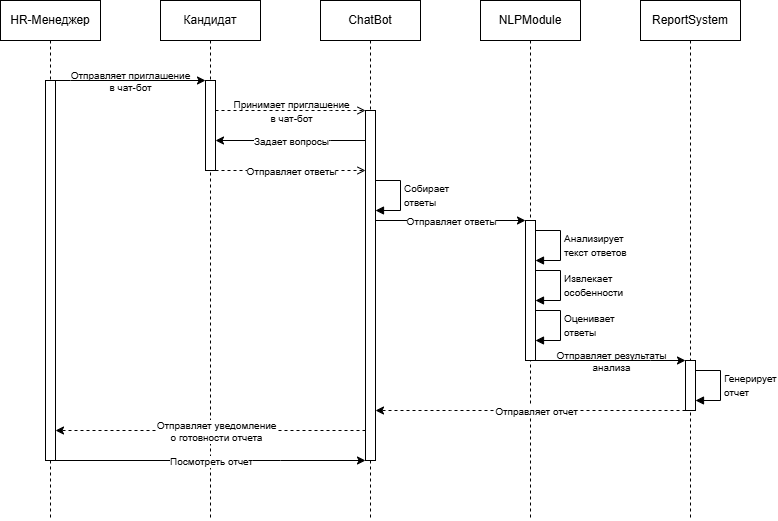
Before: Диаграмма последовательности.drawio.png, a diagram exported from draw.io (Evgeny-Yakovlev73/Diagramms). Source tidied: cells renumbered, new cells last; positions are measured from the earlier drawing's top-left corner, leaving out a move shared by most shapes.
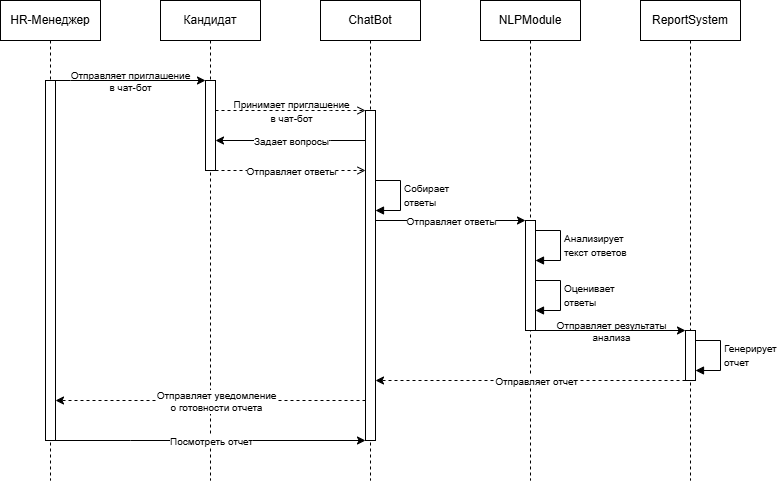
After the change.

Change to the diagram source:
```diff
@@ -3,22 +3,22 @@
     <mxCell id="0" />
     <mxCell id="1" parent="0" />
     <mxCell id="2" value="HR-Менеджер" style="shape=umlLifeline;perimeter=lifelinePerimeter;whiteSpace=wrap;html=1;newEdgeStyle={&quot;edgeStyle&quot;:&quot;elbowEdgeStyle&quot;,&quot;elbow&quot;:&quot;vertical&quot;,&quot;curved&quot;:0,&quot;rounded&quot;:0};" parent="1" vertex="1">
-      <mxGeometry width="100" height="520" as="geometry" />
+      <mxGeometry width="100" height="480" as="geometry" />
     </mxCell>
     <mxCell id="3" style="html=1;points=[[0,0,0,0,5],[0,1,0,0,-5],[1,0,0,0,5],[1,1,0,0,-5]];perimeter=orthogonalPerimeter;outlineConnect=0;targetShapes=umlLifeline;portConstraint=eastwest;newEdgeStyle={&quot;curved&quot;:0,&quot;rounded&quot;:0};" parent="2" vertex="1">
-      <mxGeometry x="45" y="80" width="10" height="380" as="geometry" />
+      <mxGeometry x="45" y="80" width="10" height="360" as="geometry" />
     </mxCell>
     <mxCell id="4" value="Кандидат" style="shape=umlLifeline;perimeter=lifelinePerimeter;whiteSpace=wrap;html=1;newEdgeStyle={&quot;edgeStyle&quot;:&quot;elbowEdgeStyle&quot;,&quot;elbow&quot;:&quot;vertical&quot;,&quot;curved&quot;:0,&quot;rounded&quot;:0};" parent="1" vertex="1">
-      <mxGeometry x="160" width="100" height="520" as="geometry" />
+      <mxGeometry x="160" width="100" height="480" as="geometry" />
     </mxCell>
     <mxCell id="5" style="html=1;points=[[0,0,0,0,5],[0,1,0,0,-5],[1,0,0,0,5],[1,1,0,0,-5]];perimeter=orthogonalPerimeter;outlineConnect=0;targetShapes=umlLifeline;portConstraint=eastwest;newEdgeStyle={&quot;curved&quot;:0,&quot;rounded&quot;:0};" parent="4" vertex="1">
       <mxGeometry x="45" y="80" width="10" height="90" as="geometry" />
     </mxCell>
     <mxCell id="6" value="ChatBot" style="shape=umlLifeline;perimeter=lifelinePerimeter;whiteSpace=wrap;html=1;newEdgeStyle={&quot;edgeStyle&quot;:&quot;elbowEdgeStyle&quot;,&quot;elbow&quot;:&quot;vertical&quot;,&quot;curved&quot;:0,&quot;rounded&quot;:0};" parent="1" vertex="1">
-      <mxGeometry x="320" width="100" height="520" as="geometry" />
+      <mxGeometry x="320" width="100" height="480" as="geometry" />
     </mxCell>
     <mxCell id="7" style="html=1;points=[[0,0,0,0,5],[0,1,0,0,-5],[1,0,0,0,5],[1,1,0,0,-5]];perimeter=orthogonalPerimeter;outlineConnect=0;targetShapes=umlLifeline;portConstraint=eastwest;newEdgeStyle={&quot;curved&quot;:0,&quot;rounded&quot;:0};" parent="6" vertex="1">
-      <mxGeometry x="45" y="110" width="10" height="350" as="geometry" />
+      <mxGeometry x="45" y="110" width="10" height="330" as="geometry" />
     </mxCell>
     <mxCell id="8" value="&lt;font style=&quot;font-size: 10px;&quot;&gt;Собирает&lt;/font&gt;&lt;div&gt;&lt;font style=&quot;font-size: 10px;&quot;&gt;ответы&lt;/font&gt;&lt;/div&gt;" style="html=1;align=left;spacingLeft=2;endArrow=block;rounded=0;edgeStyle=orthogonalEdgeStyle;curved=0;rounded=0;" parent="6" edge="1">
       <mxGeometry relative="1" as="geometry">
@@ -31,10 +31,10 @@
       </mxGeometry>
     </mxCell>
     <mxCell id="9" value="NLPModule" style="shape=umlLifeline;perimeter=lifelinePerimeter;whiteSpace=wrap;html=1;newEdgeStyle={&quot;edgeStyle&quot;:&quot;elbowEdgeStyle&quot;,&quot;elbow&quot;:&quot;vertical&quot;,&quot;curved&quot;:0,&quot;rounded&quot;:0};" parent="1" vertex="1">
-      <mxGeometry x="480" width="100" height="520" as="geometry" />
+      <mxGeometry x="480" width="100" height="480" as="geometry" />
     </mxCell>
     <mxCell id="10" style="html=1;points=[[0,0,0,0,5],[0,1,0,0,-5],[1,0,0,0,5],[1,1,0,0,-5]];perimeter=orthogonalPerimeter;outlineConnect=0;targetShapes=umlLifeline;portConstraint=eastwest;newEdgeStyle={&quot;curved&quot;:0,&quot;rounded&quot;:0};" parent="9" vertex="1">
-      <mxGeometry x="45" y="220" width="10" height="140" as="geometry" />
+      <mxGeometry x="45" y="220" width="10" height="110" as="geometry" />
     </mxCell>
     <mxCell id="11" value="&lt;font style=&quot;font-size: 10px;&quot;&gt;Анализирует&lt;/font&gt;&lt;div&gt;&lt;span style=&quot;font-size: 10px;&quot;&gt;текст ответов&lt;/span&gt;&lt;/div&gt;" style="html=1;align=left;spacingLeft=2;endArrow=block;rounded=0;edgeStyle=orthogonalEdgeStyle;curved=0;rounded=0;" parent="9" edge="1" source="10" target="10">
       <mxGeometry relative="1" as="geometry">
@@ -44,33 +44,25 @@
         </Array>
       </mxGeometry>
     </mxCell>
-    <mxCell id="12" value="&lt;span style=&quot;font-size: 10px;&quot;&gt;Извлекает&lt;/span&gt;&lt;div&gt;&lt;span style=&quot;font-size: 10px;&quot;&gt;особенности&lt;/span&gt;&lt;/div&gt;" style="html=1;align=left;spacingLeft=2;endArrow=block;rounded=0;edgeStyle=orthogonalEdgeStyle;curved=0;rounded=0;" parent="9" edge="1" source="10" target="10">
-      <mxGeometry relative="1" as="geometry">
-        <Array as="points">
-          <mxPoint x="80" y="270" />
-          <mxPoint x="80" y="300" />
-        </Array>
-      </mxGeometry>
-    </mxCell>
     <mxCell id="13" value="&lt;span style=&quot;font-size: 10px;&quot;&gt;Оценивает&lt;/span&gt;&lt;div&gt;&lt;span style=&quot;font-size: 10px;&quot;&gt;ответы&lt;/span&gt;&lt;/div&gt;" style="html=1;align=left;spacingLeft=2;endArrow=block;rounded=0;edgeStyle=orthogonalEdgeStyle;curved=0;rounded=0;" parent="9" edge="1" source="10" target="10">
       <mxGeometry relative="1" as="geometry">
         <Array as="points">
+          <mxPoint x="80" y="280" />
           <mxPoint x="80" y="310" />
-          <mxPoint x="80" y="340" />
         </Array>
       </mxGeometry>
     </mxCell>
     <mxCell id="14" value="ReportSystem" style="shape=umlLifeline;perimeter=lifelinePerimeter;whiteSpace=wrap;html=1;newEdgeStyle={&quot;edgeStyle&quot;:&quot;elbowEdgeStyle&quot;,&quot;elbow&quot;:&quot;vertical&quot;,&quot;curved&quot;:0,&quot;rounded&quot;:0};" parent="1" vertex="1">
-      <mxGeometry x="640" width="100" height="520" as="geometry" />
+      <mxGeometry x="640" width="100" height="480" as="geometry" />
     </mxCell>
     <mxCell id="15" style="html=1;points=[[0,0,0,0,5],[0,1,0,0,-5],[1,0,0,0,5],[1,1,0,0,-5]];perimeter=orthogonalPerimeter;outlineConnect=0;targetShapes=umlLifeline;portConstraint=eastwest;newEdgeStyle={&quot;curved&quot;:0,&quot;rounded&quot;:0};" parent="14" vertex="1">
-      <mxGeometry x="45" y="360" width="10" height="50" as="geometry" />
+      <mxGeometry x="45" y="330" width="10" height="50" as="geometry" />
     </mxCell>
     <mxCell id="16" value="&lt;span style=&quot;font-size: 10px;&quot;&gt;Генерирует&lt;/span&gt;&lt;div&gt;&lt;span style=&quot;font-size: 10px;&quot;&gt;отчет&lt;/span&gt;&lt;/div&gt;" style="html=1;align=left;spacingLeft=2;endArrow=block;rounded=0;edgeStyle=orthogonalEdgeStyle;curved=0;rounded=0;" parent="14" edge="1" source="15" target="15">
       <mxGeometry relative="1" as="geometry">
         <Array as="points">
+          <mxPoint x="80" y="340" />
           <mxPoint x="80" y="370" />
-          <mxPoint x="80" y="400" />
         </Array>
       </mxGeometry>
     </mxCell>
@@ -142,8 +134,7 @@
     <mxCell id="27" style="edgeStyle=orthogonalEdgeStyle;rounded=0;jettySize=auto;html=1;curved=0;" parent="1" edge="1" source="10" target="15">
       <mxGeometry relative="1" as="geometry">
         <Array as="points">
-          <mxPoint x="650" y="360" />
-          <mxPoint x="650" y="360" />
+          <mxPoint x="690" y="330" />
         </Array>
       </mxGeometry>
     </mxCell>
@@ -155,8 +146,8 @@
     <mxCell id="29" style="edgeStyle=orthogonalEdgeStyle;rounded=0;jettySize=auto;html=1;curved=0;dashed=1;" parent="1" edge="1" source="15" target="7">
       <mxGeometry relative="1" as="geometry">
         <Array as="points">
-          <mxPoint x="450" y="410" />
-          <mxPoint x="450" y="410" />
+          <mxPoint x="570" y="380" />
+          <mxPoint x="570" y="380" />
         </Array>
       </mxGeometry>
     </mxCell>
@@ -165,12 +156,11 @@
         <mxPoint x="13" y="1" as="offset" />
       </mxGeometry>
     </mxCell>
-    <mxCell id="31" style="edgeStyle=orthogonalEdgeStyle;rounded=0;jettySize=auto;html=1;curved=0;dashed=1;" parent="1" edge="1" source="7">
+    <mxCell id="31" style="edgeStyle=orthogonalEdgeStyle;rounded=0;jettySize=auto;html=1;curved=0;dashed=1;" parent="1" edge="1" source="7" target="3">
       <mxGeometry relative="1" as="geometry">
-        <mxPoint x="55" y="430" as="targetPoint" />
         <Array as="points">
-          <mxPoint x="250" y="430" />
-          <mxPoint x="250" y="430" />
+          <mxPoint x="140" y="400" />
+          <mxPoint x="140" y="400" />
         </Array>
       </mxGeometry>
     </mxCell>
@@ -182,8 +172,8 @@
     <mxCell id="33" style="edgeStyle=orthogonalEdgeStyle;rounded=0;jettySize=auto;html=1;curved=0;" parent="1" edge="1" source="3" target="7">
       <mxGeometry relative="1" as="geometry">
         <Array as="points">
-          <mxPoint x="280" y="460" />
-          <mxPoint x="280" y="460" />
+          <mxPoint x="130" y="440" />
+          <mxPoint x="130" y="440" />
         </Array>
       </mxGeometry>
     </mxCell>
```
